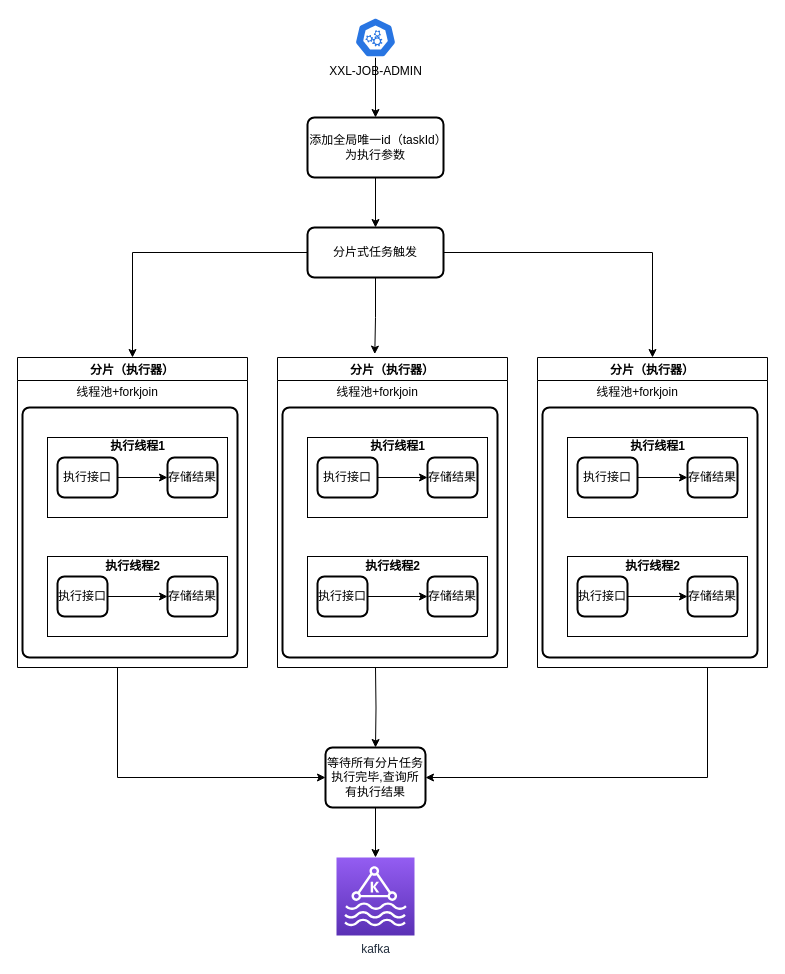
Before: 测试.drawio in weiqingping/dw, a draw.io diagram. Source tidied: cells renumbered, new cells numbered last; positions are measured from the earlier drawing's top-left corner, leaving out a move shared by most shapes. Both pictures are drawn from the tidied source at 100%, with x=0, y=0 at pixel (17, 17).
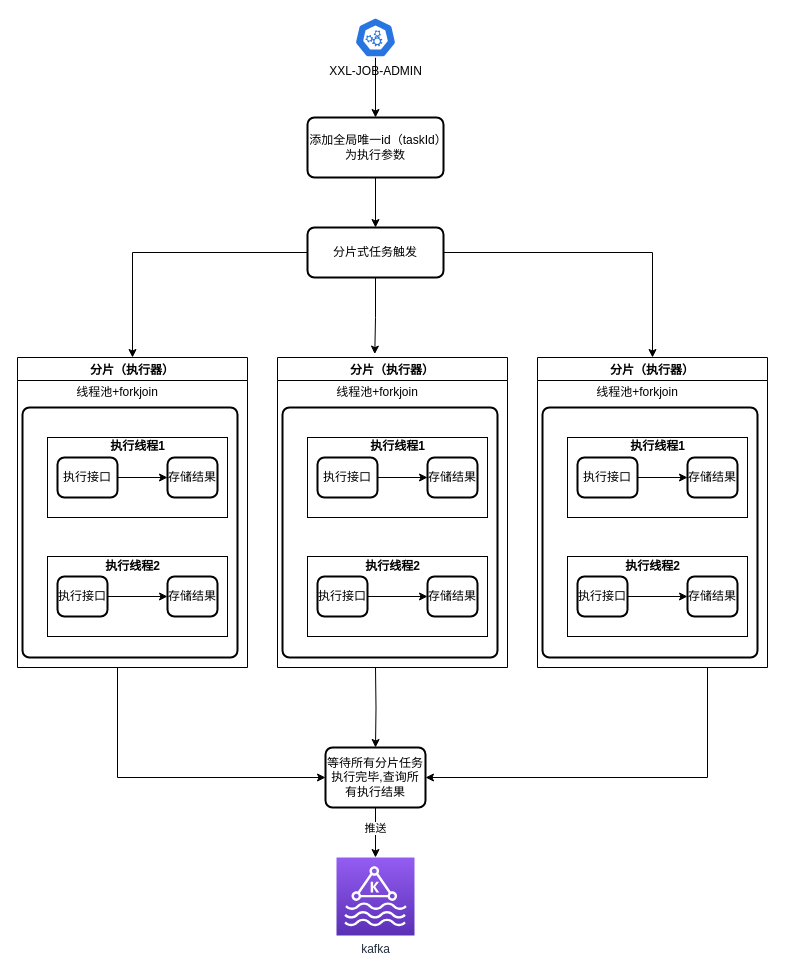
The same diagram, later.

The change refers to these unchanged cells:
```xml
<mxCell id="26" style="edgeStyle=orthogonalEdgeStyle;rounded=0;jettySize=auto;html=1;" parent="1" edge="1" source="27" target="28">
  <mxGeometry relative="1" as="geometry" />
</mxCell>
```

Diff of the diagram source:
```diff
@@
+    <mxCell id="55" value="推送" style="edgeLabel;html=1;align=center;verticalAlign=middle;" parent="26" vertex="1">
+      <mxGeometry x="-0.21" y="-1" relative="1" as="geometry" />
+    </mxCell>
```
